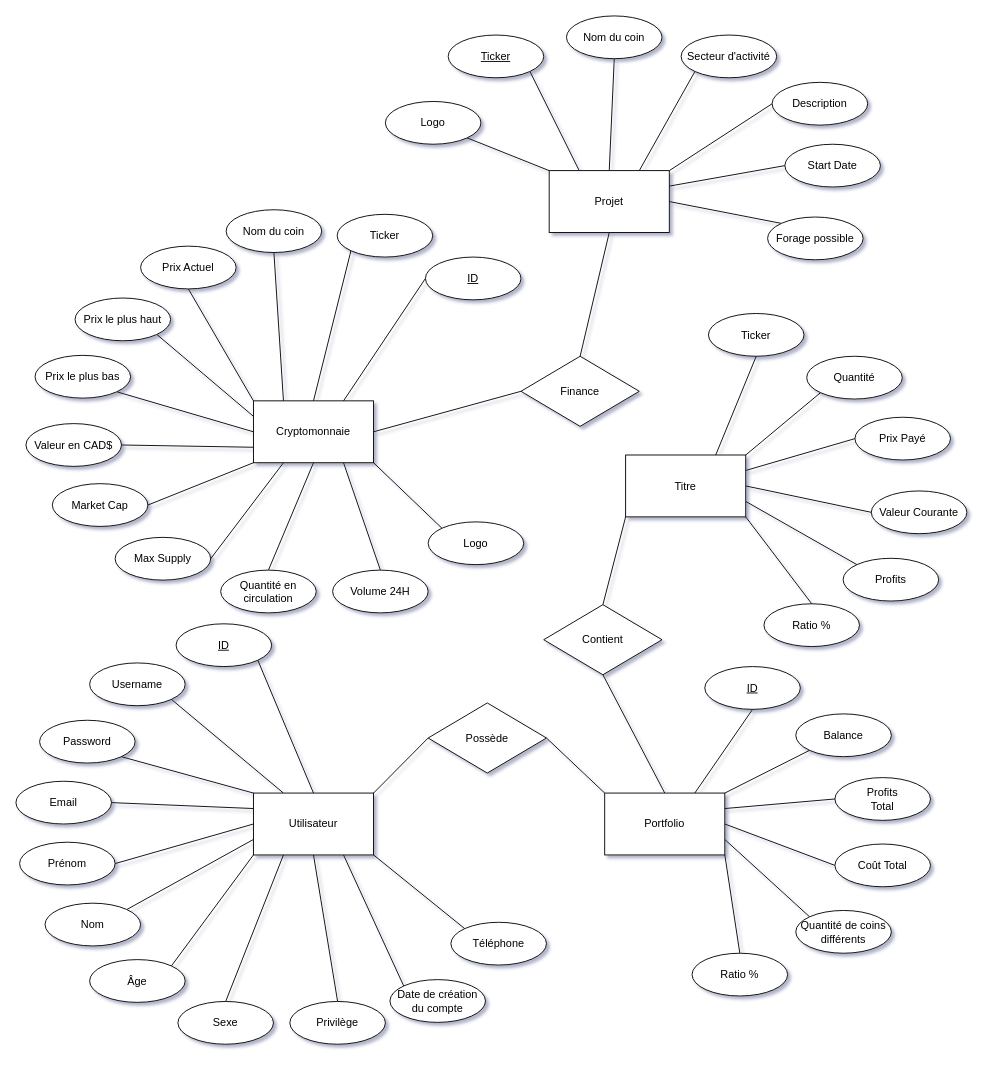
Above: Entite-Relation.drawio in matreurai/GLO-2005 (draw.io), before the change. Source tidied: cells renumbered, new cells numbered last; positions are measured from the earlier drawing's top-left corner, leaving out a move shared by most shapes. Both pictures are drawn from the tidied source at 91%, with x=0, y=0 at pixel (15, 15).
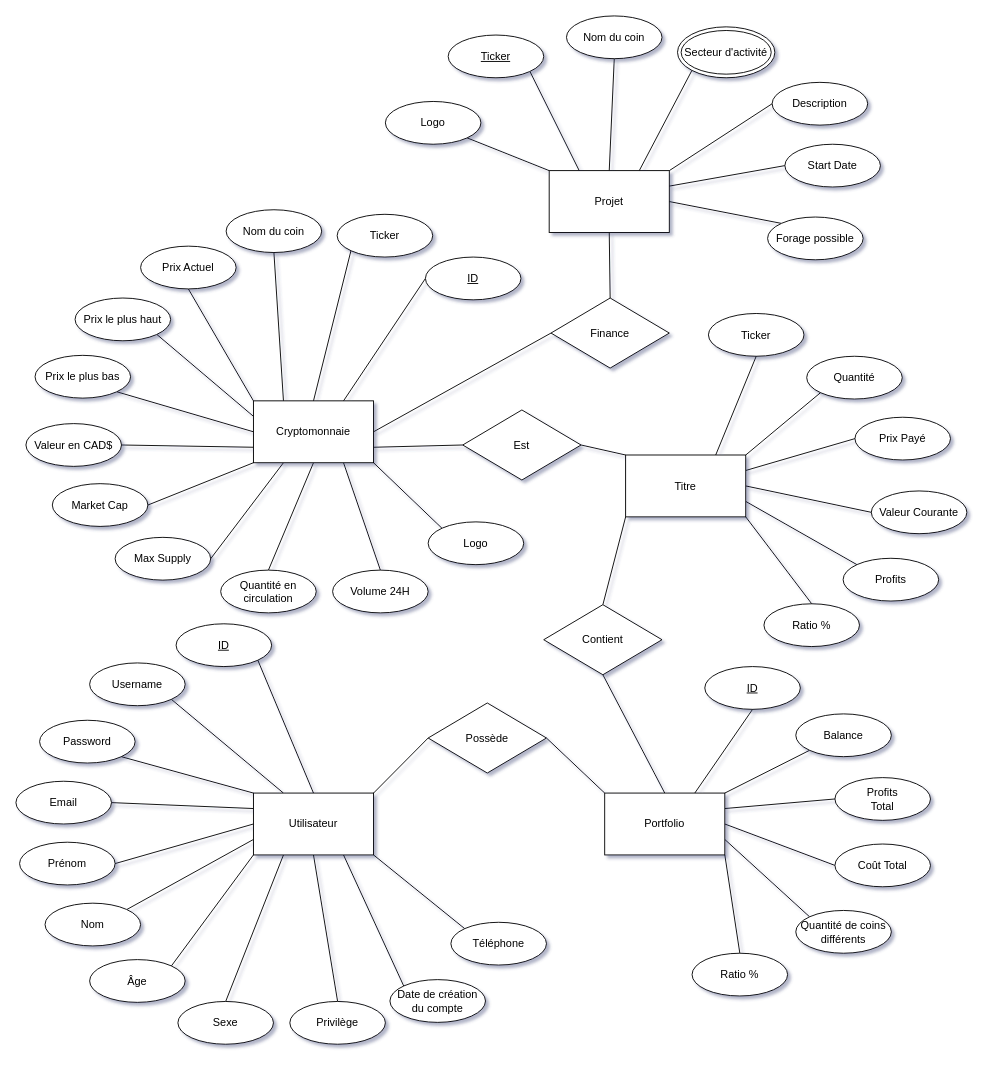
Above is the later version.

Commit message:
Ajout d'un lien entre Titre et Cryptomonnaie

The change refers to these unchanged cells:
```xml
<mxCell id="49" value="Cryptomonnaie" style="rounded=0;whiteSpace=wrap;html=1;" parent="1" vertex="1">
  <mxGeometry x="261" y="423" width="132" height="68" as="geometry" />
</mxCell>
<mxCell id="84" value="Titre" style="rounded=0;whiteSpace=wrap;html=1;" parent="1" vertex="1">
  <mxGeometry x="670" y="482.5" width="132" height="68" as="geometry" />
</mxCell>
```

The edit, as a diff of the source:
```diff
@@
+    <mxCell id="100" style="rounded=0;jettySize=auto;html=1;exitX=1;exitY=0.75;exitDx=0;exitDy=0;entryX=0;entryY=0.5;entryDx=0;entryDy=0;endArrow=none;endFill=0;" parent="1" edge="1" source="49" target="102">
+      <mxGeometry relative="1" as="geometry" />
+    </mxCell>
@@
     <mxCell id="52" value="Finance" style="rhombus;whiteSpace=wrap;html=1;" parent="1" vertex="1">
-      <mxGeometry x="555" y="374" width="130" height="77" as="geometry" />
+      <mxGeometry x="588" y="310" width="130" height="77" as="geometry" />
     </mxCell>
@@
-    <mxCell id="93" value="Secteur d'activité" style="ellipse;whiteSpace=wrap;html=1;" parent="1" vertex="1">
-      <mxGeometry x="731" y="21" width="105" height="47" as="geometry" />
-    </mxCell>
@@
+    <mxCell id="93" value="Secteur d'activité" style="ellipse;shape=doubleEllipse;whiteSpace=wrap;html=1;gradientColor=none;" parent="1" vertex="1">
+      <mxGeometry x="727" y="12" width="107" height="56" as="geometry" />
+    </mxCell>
+    <mxCell id="101" style="edgeStyle=none;rounded=0;jettySize=auto;html=1;exitX=1;exitY=0.5;exitDx=0;exitDy=0;entryX=0;entryY=0;entryDx=0;entryDy=0;endArrow=none;endFill=0;" parent="1" edge="1" source="102" target="84">
+      <mxGeometry relative="1" as="geometry" />
+    </mxCell>
+    <mxCell id="102" value="Est" style="rhombus;whiteSpace=wrap;html=1;" parent="1" vertex="1">
+      <mxGeometry x="491" y="433" width="130" height="77" as="geometry" />
+    </mxCell>
```
